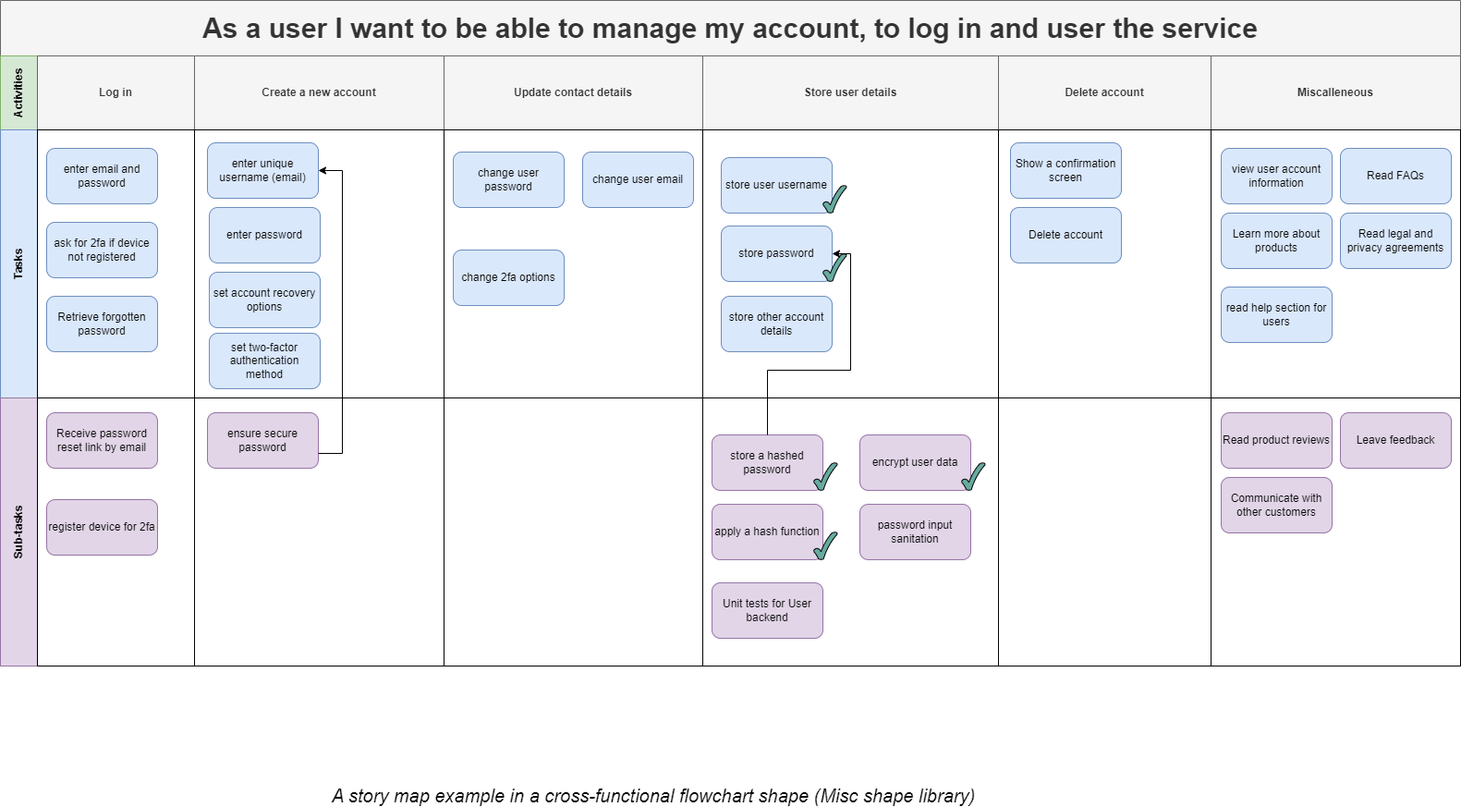
The draw.io diagram Documentation/Project Diagrams/Story Maps/Manage Account Theme.png in ickeyben123/AR, before a commit. Source tidied: cells renumbered, new cells last; positions are measured from the earlier drawing's top-left corner, leaving out a move shared by most shapes.
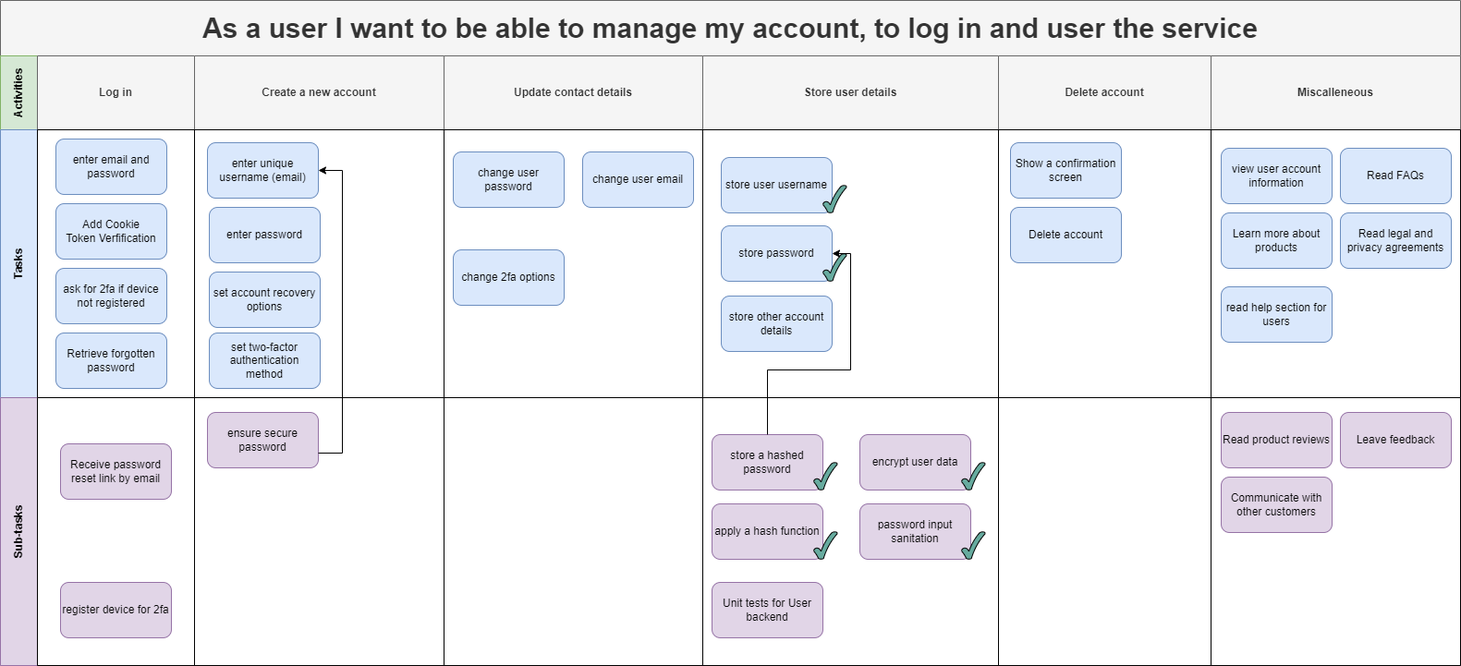
Later version of the same file.

Diff of the diagram source:
```diff
@@ -33,14 +33,17 @@
       <mxGeometry x="40" width="170" height="290" as="geometry" />
     </mxCell>
     <mxCell id="12" value="Retrieve forgotten password" style="rounded=1;whiteSpace=wrap;html=1;strokeWidth=1;fillColor=#dae8fc;strokeColor=#6c8ebf;" parent="11" vertex="1">
-      <mxGeometry x="10" y="180" width="120" height="60" as="geometry" />
+      <mxGeometry x="20" y="220" width="120" height="60" as="geometry" />
     </mxCell>
     <mxCell id="13" value="enter email and password" style="rounded=1;whiteSpace=wrap;html=1;strokeWidth=1;fillColor=#dae8fc;strokeColor=#6c8ebf;" parent="11" vertex="1">
-      <mxGeometry x="10" y="20" width="120" height="60" as="geometry" />
+      <mxGeometry x="20" y="10" width="120" height="60" as="geometry" />
     </mxCell>
     <mxCell id="14" value="ask for 2fa if device not registered" style="rounded=1;whiteSpace=wrap;html=1;strokeWidth=1;fillColor=#dae8fc;strokeColor=#6c8ebf;" parent="11" vertex="1">
-      <mxGeometry x="10" y="100" width="120" height="60" as="geometry" />
+      <mxGeometry x="20" y="150" width="120" height="60" as="geometry" />
     </mxCell>
+    <mxCell id="63" value="Add Cookie &lt;br&gt;Token Verfification" style="rounded=1;whiteSpace=wrap;html=1;strokeWidth=1;fillColor=#dae8fc;strokeColor=#6c8ebf;" parent="11" vertex="1">
+      <mxGeometry x="20" y="80" width="120" height="60" as="geometry" />
+    </mxCell>
     <mxCell id="15" style="swimlane;startSize=0;html=1;whiteSpace=wrap;" parent="10" vertex="1">
       <mxGeometry x="210" width="270" height="290" as="geometry" />
     </mxCell>
@@ -117,10 +120,10 @@
       <mxGeometry x="40" width="170" height="290" as="geometry" />
     </mxCell>
     <mxCell id="40" value="Receive password reset link by email" style="rounded=1;whiteSpace=wrap;html=1;strokeWidth=1;fillColor=#e1d5e7;strokeColor=#9673a6;" parent="39" vertex="1">
-      <mxGeometry x="10" y="16" width="120" height="60" as="geometry" />
+      <mxGeometry x="25" y="50" width="120" height="60" as="geometry" />
     </mxCell>
     <mxCell id="41" value="register device for 2fa" style="rounded=1;whiteSpace=wrap;html=1;strokeWidth=1;fillColor=#e1d5e7;strokeColor=#9673a6;" parent="39" vertex="1">
-      <mxGeometry x="10" y="110" width="120" height="60" as="geometry" />
+      <mxGeometry x="25" y="200" width="120" height="60" as="geometry" />
     </mxCell>
     <mxCell id="42" style="swimlane;startSize=0;html=1;whiteSpace=wrap;" parent="38" vertex="1">
       <mxGeometry x="210" width="270" height="290" as="geometry" />
@@ -158,6 +161,9 @@
     <mxCell id="53" style="verticalLabelPosition=bottom;verticalAlign=top;html=1;shape=mxgraph.basic.tick;fillColor=#67AB9F;" parent="45" vertex="1">
       <mxGeometry x="280" y="70" width="25.5" height="30" as="geometry" />
     </mxCell>
+    <mxCell id="64" style="verticalLabelPosition=bottom;verticalAlign=top;html=1;shape=mxgraph.basic.tick;fillColor=#67AB9F;" parent="45" vertex="1">
+      <mxGeometry x="280" y="145" width="25.5" height="30" as="geometry" />
+    </mxCell>
     <mxCell id="54" style="swimlane;startSize=0;html=1;whiteSpace=wrap;" parent="38" vertex="1">
       <mxGeometry x="1080" width="230" height="290" as="geometry" />
     </mxCell>
@@ -190,9 +196,6 @@
         </Array>
       </mxGeometry>
     </mxCell>
-    <mxCell id="61" value="A story map example in a cross-functional flowchart shape (Misc shape library)" style="text;html=1;strokeColor=none;fillColor=none;align=center;verticalAlign=middle;whiteSpace=wrap;rounded=0;fontSize=20;fontStyle=2;" parent="1" vertex="1">
-      <mxGeometry x="192" y="850" width="1030" height="20" as="geometry" />
-    </mxCell>
     <mxCell id="62" style="verticalLabelPosition=bottom;verticalAlign=top;html=1;shape=mxgraph.basic.tick;fillColor=#67AB9F;" parent="1" vertex="1">
       <mxGeometry x="890" y="200" width="25.5" height="30" as="geometry" />
     </mxCell>
```
